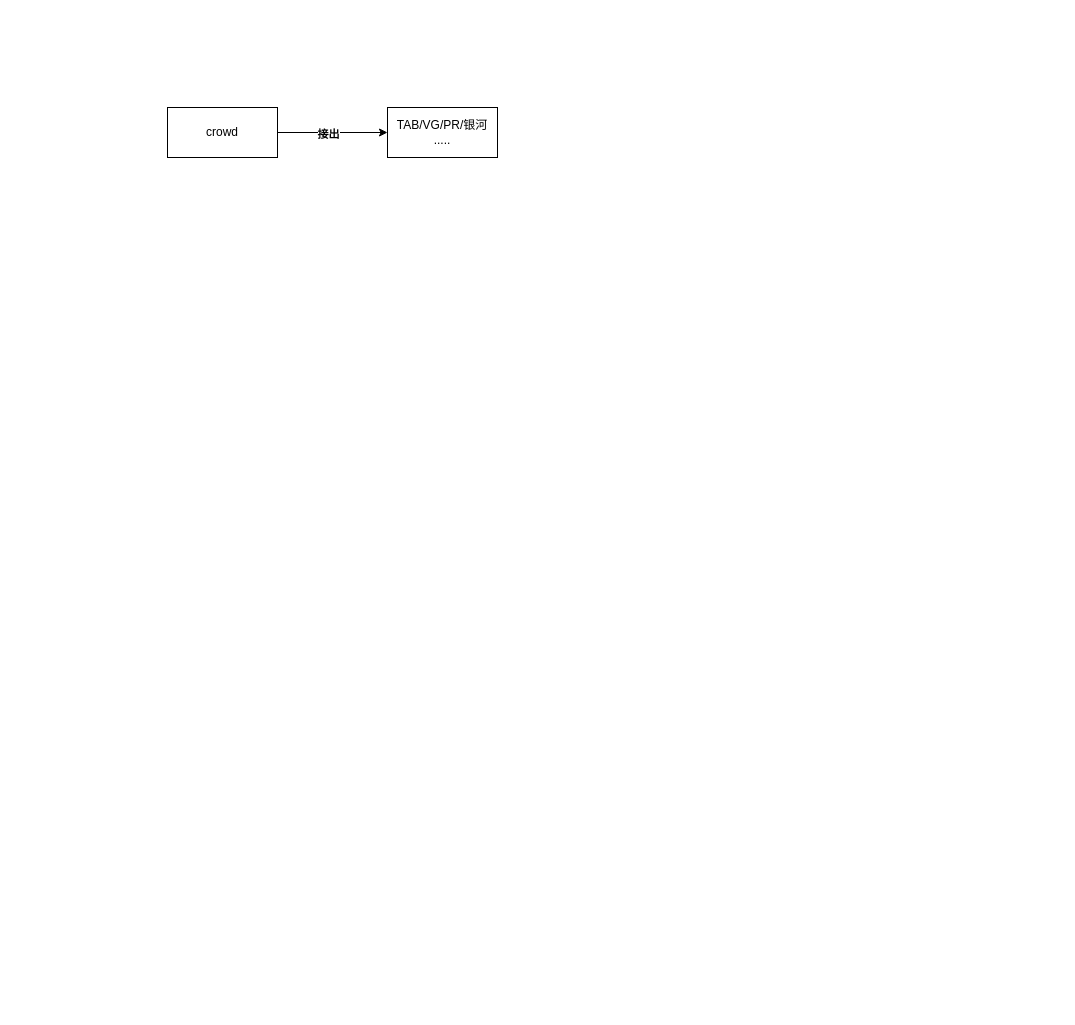
Before: crowd_redis_io.drawio in learn2Pro/draw_io_save, a draw.io diagram. Source tidied: cells renumbered, new cells numbered last; positions are measured from the earlier drawing's top-left corner, leaving out a move shared by most shapes. Both pictures are drawn from the tidied source at 100%, with x=0, y=0 at pixel (167, 107).
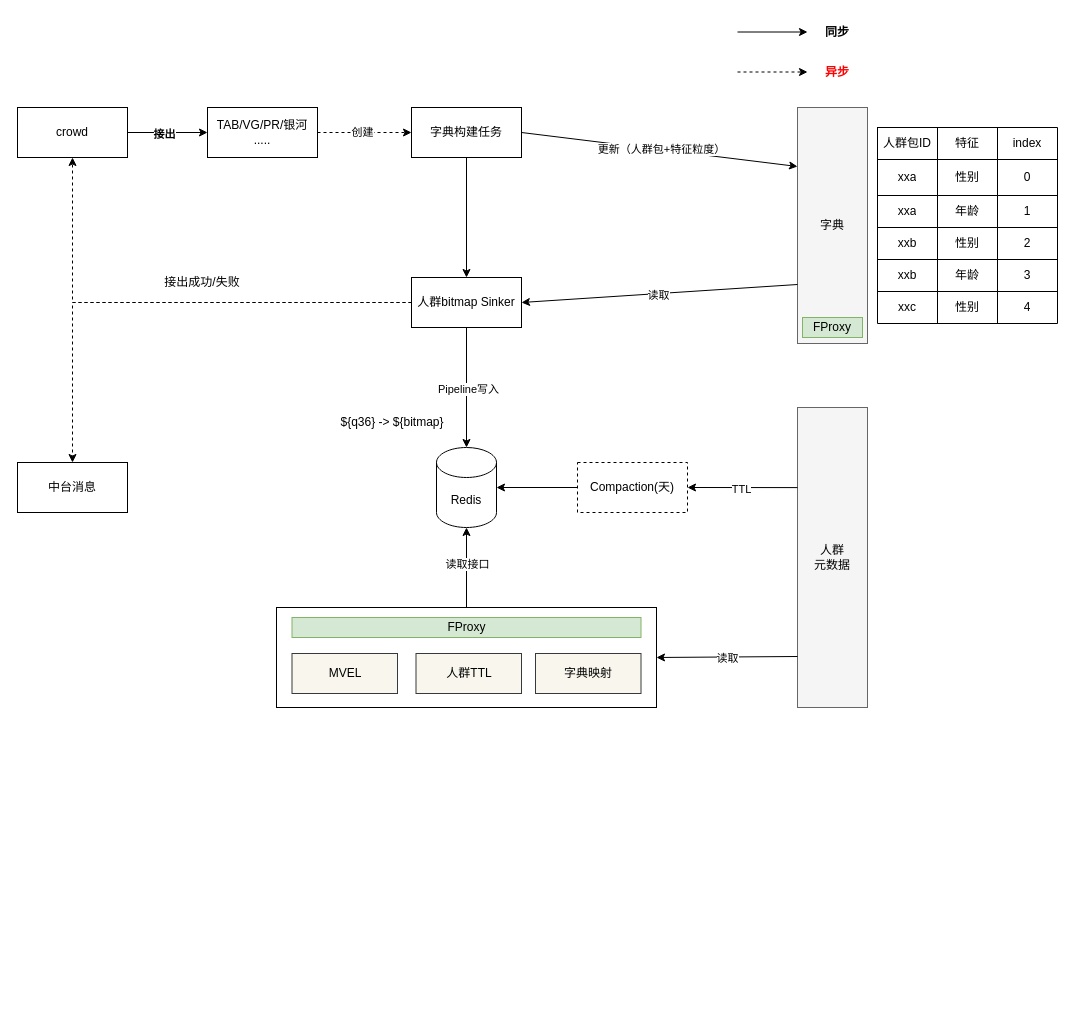
The same diagram, later.

What changed in the source:
```diff
@@
     <mxCell id="4" value="crowd" style="rounded=0;whiteSpace=wrap;html=1;" parent="1" vertex="1">
-      <mxGeometry width="110" height="50" as="geometry" />
+      <mxGeometry x="-150" width="110" height="50" as="geometry" />
     </mxCell>
+    <mxCell id="6" style="edgeStyle=orthogonalEdgeStyle;rounded=0;jettySize=auto;html=1;fontColor=#000000;dashed=1;" parent="1" edge="1" source="5" target="10">
+      <mxGeometry relative="1" as="geometry" />
+    </mxCell>
+    <mxCell id="7" value="创建" style="edgeLabel;html=1;align=center;verticalAlign=middle;fontColor=#000000;" parent="6" vertex="1">
+      <mxGeometry x="-0.06" y="1" relative="1" as="geometry" />
+    </mxCell>
     <mxCell id="5" value="TAB/VG/PR/银河&lt;br&gt;....." style="rounded=0;whiteSpace=wrap;html=1;" parent="1" vertex="1">
-      <mxGeometry x="220" width="110" height="50" as="geometry" />
+      <mxGeometry x="40" width="110" height="50" as="geometry" />
     </mxCell>
+    <mxCell id="8" value="&lt;font style=&quot;&quot; color=&quot;#000000&quot;&gt;字典&lt;/font&gt;" style="rounded=0;whiteSpace=wrap;html=1;fontColor=#333333;fillColor=#f5f5f5;strokeColor=#666666;" parent="1" vertex="1">
+      <mxGeometry x="630" width="70" height="236" as="geometry" />
+    </mxCell>
+    <mxCell id="9" style="edgeStyle=orthogonalEdgeStyle;rounded=0;jettySize=auto;html=1;fontColor=#000000;" parent="1" edge="1" source="10" target="11">
+      <mxGeometry relative="1" as="geometry" />
+    </mxCell>
+    <mxCell id="10" value="字典构建任务" style="rounded=0;whiteSpace=wrap;html=1;" parent="1" vertex="1">
+      <mxGeometry x="244" width="110" height="50" as="geometry" />
+    </mxCell>
+    <mxCell id="11" value="人群bitmap Sinker" style="rounded=0;whiteSpace=wrap;html=1;" parent="1" vertex="1">
+      <mxGeometry x="244" y="170" width="110" height="50" as="geometry" />
+    </mxCell>
+    <mxCell id="12" style="endArrow=classic;html=1;rounded=0;fontColor=#000000;entryX=0;entryY=0.25;entryDx=0;entryDy=0;exitX=1;exitY=0.5;exitDx=0;exitDy=0;" parent="1" edge="1" source="10" target="8">
+      <mxGeometry relative="1" as="geometry" />
+    </mxCell>
+    <mxCell id="13" value="更新（人群包+特征粒度）" style="edgeLabel;html=1;align=center;verticalAlign=middle;fontColor=#000000;" parent="12" vertex="1">
+      <mxGeometry x="0.01" y="1" relative="1" as="geometry" />
+    </mxCell>
+    <mxCell id="14" style="endArrow=classic;html=1;rounded=0;fontColor=#000000;entryX=1;entryY=0.5;entryDx=0;entryDy=0;exitX=0;exitY=0.75;exitDx=0;exitDy=0;" parent="1" edge="1" source="8" target="11">
+      <mxGeometry relative="1" as="geometry" />
+    </mxCell>
+    <mxCell id="15" value="读取" style="edgeLabel;html=1;align=center;verticalAlign=middle;fontColor=#000000;" parent="14" vertex="1">
+      <mxGeometry x="0.01" y="1" relative="1" as="geometry" />
+    </mxCell>
+    <mxCell id="16" value="Redis" style="shape=cylinder3;whiteSpace=wrap;html=1;boundedLbl=1;backgroundOutline=1;size=15;fontColor=#000000;" parent="1" vertex="1">
+      <mxGeometry x="269" y="340" width="60" height="80" as="geometry" />
+    </mxCell>
+    <mxCell id="17" style="endArrow=classic;html=1;rounded=0;fontColor=#000000;entryX=0.5;entryY=0;entryDx=0;entryDy=0;exitX=0.5;exitY=1;exitDx=0;exitDy=0;entryPerimeter=0;" parent="1" edge="1" source="11" target="16">
+      <mxGeometry relative="1" as="geometry" />
+    </mxCell>
+    <mxCell id="18" value="Pipeline写入" style="edgeLabel;html=1;align=center;verticalAlign=middle;fontColor=#000000;" parent="17" vertex="1">
+      <mxGeometry x="0.01" y="1" relative="1" as="geometry" />
+    </mxCell>
+    <mxCell id="19" style="edgeStyle=orthogonalEdgeStyle;rounded=0;jettySize=auto;html=1;fontColor=#000000;dashed=1;exitX=0;exitY=0.5;exitDx=0;exitDy=0;entryX=0.5;entryY=1;entryDx=0;entryDy=0;" parent="1" edge="1" source="11" target="4">
+      <mxGeometry relative="1" as="geometry" />
+    </mxCell>
+    <mxCell id="20" value="中台消息" style="rounded=0;whiteSpace=wrap;html=1;" parent="1" vertex="1">
+      <mxGeometry x="-150" y="355" width="110" height="50" as="geometry" />
+    </mxCell>
+    <mxCell id="21" style="edgeStyle=orthogonalEdgeStyle;rounded=0;jettySize=auto;html=1;fontColor=#000000;dashed=1;exitX=0;exitY=0.5;exitDx=0;exitDy=0;entryX=0.5;entryY=0;entryDx=0;entryDy=0;" parent="1" edge="1" source="11" target="20">
+      <mxGeometry relative="1" as="geometry" />
+    </mxCell>
+    <mxCell id="22" style="group;" parent="1" vertex="1">
+      <mxGeometry x="570" y="-90" width="130" height="70" as="geometry" />
+    </mxCell>
+    <mxCell id="23" style="endArrow=classic;html=1;rounded=0;fontStyle=1;" parent="22" edge="1">
+      <mxGeometry relative="1" as="geometry">
+        <mxPoint y="14.5" as="sourcePoint" />
+        <mxPoint x="70" y="14.5" as="targetPoint" />
+      </mxGeometry>
+    </mxCell>
+    <mxCell id="24" style="endArrow=classic;html=1;rounded=0;dashed=1;fontStyle=1;" parent="22" edge="1">
+      <mxGeometry relative="1" as="geometry">
+        <mxPoint y="54.5" as="sourcePoint" />
+        <mxPoint x="70" y="54.5" as="targetPoint" />
+      </mxGeometry>
+    </mxCell>
+    <mxCell id="25" value="同步" style="text;html=1;strokeColor=none;fillColor=none;align=center;verticalAlign=middle;whiteSpace=wrap;rounded=0;fontStyle=1;" parent="22" vertex="1">
+      <mxGeometry x="70" width="60" height="30" as="geometry" />
+    </mxCell>
+    <mxCell id="26" value="异步" style="text;html=1;strokeColor=none;fillColor=none;align=center;verticalAlign=middle;whiteSpace=wrap;rounded=0;fontStyle=1;fontColor=#FF0000;" parent="22" vertex="1">
+      <mxGeometry x="70" y="40" width="60" height="30" as="geometry" />
+    </mxCell>
+    <mxCell id="27" value="接出成功/失败" style="text;html=1;strokeColor=none;fillColor=none;align=center;verticalAlign=middle;whiteSpace=wrap;rounded=0;fontColor=#000000;" parent="1" vertex="1">
+      <mxGeometry x="-10" y="160" width="90" height="30" as="geometry" />
+    </mxCell>
+    <mxCell id="28" value="&lt;font style=&quot;&quot; color=&quot;#000000&quot;&gt;人群&lt;br&gt;元数据&lt;/font&gt;" style="rounded=0;whiteSpace=wrap;html=1;fontColor=#333333;fillColor=#f5f5f5;strokeColor=#666666;" parent="1" vertex="1">
+      <mxGeometry x="630" y="300" width="70" height="300" as="geometry" />
+    </mxCell>
+    <mxCell id="29" style="edgeStyle=orthogonalEdgeStyle;rounded=0;jettySize=auto;html=1;fontColor=#000000;" parent="1" edge="1" source="31" target="16">
+      <mxGeometry relative="1" as="geometry" />
+    </mxCell>
+    <mxCell id="30" value="读取接口" style="edgeLabel;html=1;align=center;verticalAlign=middle;fontColor=#000000;" parent="29" vertex="1">
+      <mxGeometry x="0.1" relative="1" as="geometry" />
+    </mxCell>
+    <mxCell id="31" style="rounded=0;whiteSpace=wrap;html=1;fontColor=#000000;" parent="1" vertex="1">
+      <mxGeometry x="109" y="500" width="380" height="100" as="geometry" />
+    </mxCell>
+    <mxCell id="32" value="FProxy" style="rounded=0;whiteSpace=wrap;html=1;fillColor=#d5e8d4;strokeColor=#82b366;" parent="1" vertex="1">
+      <mxGeometry x="124.5" y="510" width="349" height="20" as="geometry" />
+    </mxCell>
+    <mxCell id="33" style="endArrow=classic;html=1;rounded=0;fontColor=#000000;entryX=1;entryY=0.5;entryDx=0;entryDy=0;exitX=0;exitY=0.83;exitDx=0;exitDy=0;exitPerimeter=0;" parent="1" edge="1" source="28" target="31">
+      <mxGeometry relative="1" as="geometry" />
+    </mxCell>
+    <mxCell id="34" value="读取" style="edgeLabel;html=1;align=center;verticalAlign=middle;fontColor=#000000;" parent="33" vertex="1">
+      <mxGeometry x="0.01" y="1" relative="1" as="geometry" />
+    </mxCell>
+    <mxCell id="35" style="edgeStyle=orthogonalEdgeStyle;rounded=0;jettySize=auto;html=1;fontColor=#000000;" parent="1" edge="1" source="36" target="16">
+      <mxGeometry relative="1" as="geometry" />
+    </mxCell>
+    <mxCell id="36" value="Compaction(天)" style="rounded=0;whiteSpace=wrap;html=1;dashed=1;" parent="1" vertex="1">
+      <mxGeometry x="410" y="355" width="110" height="50" as="geometry" />
+    </mxCell>
+    <mxCell id="37" style="endArrow=classic;html=1;rounded=0;fontColor=#000000;entryX=1;entryY=0.5;entryDx=0;entryDy=0;exitX=0;exitY=0.267;exitDx=0;exitDy=0;exitPerimeter=0;" parent="1" edge="1" source="28" target="36">
+      <mxGeometry relative="1" as="geometry" />
+    </mxCell>
+    <mxCell id="38" value="TTL" style="edgeLabel;html=1;align=center;verticalAlign=middle;fontColor=#000000;" parent="37" vertex="1">
+      <mxGeometry x="0.01" y="1" relative="1" as="geometry" />
+    </mxCell>
+    <mxCell id="39" value="${q36} -&amp;gt; ${bitmap}" style="text;html=1;strokeColor=none;fillColor=none;align=center;verticalAlign=middle;whiteSpace=wrap;rounded=0;dashed=1;fontColor=#000000;" parent="1" vertex="1">
+      <mxGeometry x="160" y="300" width="130" height="30" as="geometry" />
+    </mxCell>
+    <mxCell id="40" value="MVEL" style="rounded=0;whiteSpace=wrap;html=1;fillColor=#f9f7ed;strokeColor=#36393d;" parent="1" vertex="1">
+      <mxGeometry x="124.5" y="546" width="105.5" height="40" as="geometry" />
+    </mxCell>
+    <mxCell id="41" value="人群TTL" style="rounded=0;whiteSpace=wrap;html=1;fillColor=#f9f7ed;strokeColor=#36393d;" parent="1" vertex="1">
+      <mxGeometry x="248.5" y="546" width="105.5" height="40" as="geometry" />
+    </mxCell>
+    <mxCell id="42" value="字典映射" style="rounded=0;whiteSpace=wrap;html=1;fillColor=#f9f7ed;strokeColor=#36393d;" parent="1" vertex="1">
+      <mxGeometry x="368" y="546" width="105.5" height="40" as="geometry" />
+    </mxCell>
+    <mxCell id="43" value="FProxy" style="rounded=0;whiteSpace=wrap;html=1;fillColor=#d5e8d4;strokeColor=#82b366;" parent="1" vertex="1">
+      <mxGeometry x="635" y="210" width="60" height="20" as="geometry" />
+    </mxCell>
+    <mxCell id="44" style="shape=table;html=1;whiteSpace=wrap;startSize=0;childLayout=tableLayout;fontColor=#000000;" parent="1" vertex="1">
+      <mxGeometry x="710" y="20" width="180" height="196" as="geometry" />
+    </mxCell>
+    <mxCell id="45" style="shape=tableRow;horizontal=0;startSize=0;swimlaneHead=0;swimlaneBody=0;top=0;left=0;bottom=0;right=0;fillColor=none;fontColor=#000000;" parent="44" vertex="1">
+      <mxGeometry width="180" height="32" as="geometry" />
+    </mxCell>
+    <mxCell id="46" value="人群包ID" style="shape=partialRectangle;html=1;whiteSpace=wrap;fillColor=none;top=0;left=0;bottom=0;right=0;overflow=hidden;fontColor=#000000;" parent="45" vertex="1">
+      <mxGeometry width="60" height="32" as="geometry" />
+    </mxCell>
+    <mxCell id="47" value="特征" style="shape=partialRectangle;html=1;whiteSpace=wrap;fillColor=none;top=0;left=0;bottom=0;right=0;overflow=hidden;fontColor=#000000;" parent="45" vertex="1">
+      <mxGeometry x="60" width="60" height="32" as="geometry" />
+    </mxCell>
+    <mxCell id="48" value="index" style="shape=partialRectangle;html=1;whiteSpace=wrap;fillColor=none;top=0;left=0;bottom=0;right=0;overflow=hidden;fontColor=#000000;" parent="45" vertex="1">
+      <mxGeometry x="120" width="60" height="32" as="geometry" />
+    </mxCell>
+    <mxCell id="49" style="shape=tableRow;horizontal=0;startSize=0;swimlaneHead=0;swimlaneBody=0;top=0;left=0;bottom=0;right=0;fillColor=none;fontColor=#000000;" parent="44" vertex="1">
+      <mxGeometry y="32" width="180" height="36" as="geometry" />
+    </mxCell>
+    <mxCell id="50" value="xxa" style="shape=partialRectangle;html=1;whiteSpace=wrap;fillColor=none;top=0;left=0;bottom=0;right=0;overflow=hidden;fontColor=#000000;" parent="49" vertex="1">
+      <mxGeometry width="60" height="36" as="geometry" />
+    </mxCell>
+    <mxCell id="51" value="性别" style="shape=partialRectangle;html=1;whiteSpace=wrap;fillColor=none;top=0;left=0;bottom=0;right=0;overflow=hidden;fontColor=#000000;" parent="49" vertex="1">
+      <mxGeometry x="60" width="60" height="36" as="geometry" />
+    </mxCell>
+    <mxCell id="52" value="0" style="shape=partialRectangle;html=1;whiteSpace=wrap;fillColor=none;top=0;left=0;bottom=0;right=0;overflow=hidden;fontColor=#000000;" parent="49" vertex="1">
+      <mxGeometry x="120" width="60" height="36" as="geometry" />
+    </mxCell>
+    <mxCell id="53" style="shape=tableRow;horizontal=0;startSize=0;swimlaneHead=0;swimlaneBody=0;top=0;left=0;bottom=0;right=0;fillColor=none;fontColor=#000000;" parent="44" vertex="1">
+      <mxGeometry y="68" width="180" height="32" as="geometry" />
+    </mxCell>
+    <mxCell id="54" value="xxa" style="shape=partialRectangle;html=1;whiteSpace=wrap;fillColor=none;top=0;left=0;bottom=0;right=0;overflow=hidden;fontColor=#000000;" parent="53" vertex="1">
+      <mxGeometry width="60" height="32" as="geometry" />
+    </mxCell>
+    <mxCell id="55" value="年龄" style="shape=partialRectangle;html=1;whiteSpace=wrap;fillColor=none;top=0;left=0;bottom=0;right=0;overflow=hidden;fontColor=#000000;" parent="53" vertex="1">
+      <mxGeometry x="60" width="60" height="32" as="geometry" />
+    </mxCell>
+    <mxCell id="56" value="1" style="shape=partialRectangle;html=1;whiteSpace=wrap;fillColor=none;top=0;left=0;bottom=0;right=0;overflow=hidden;fontColor=#000000;" parent="53" vertex="1">
+      <mxGeometry x="120" width="60" height="32" as="geometry" />
+    </mxCell>
+    <mxCell id="57" style="shape=tableRow;horizontal=0;startSize=0;swimlaneHead=0;swimlaneBody=0;top=0;left=0;bottom=0;right=0;fillColor=none;fontColor=#000000;" parent="44" vertex="1">
+      <mxGeometry y="100" width="180" height="32" as="geometry" />
+    </mxCell>
+    <mxCell id="58" value="xxb" style="shape=partialRectangle;html=1;whiteSpace=wrap;fillColor=none;top=0;left=0;bottom=0;right=0;overflow=hidden;fontColor=#000000;" parent="57" vertex="1">
+      <mxGeometry width="60" height="32" as="geometry" />
+    </mxCell>
+    <mxCell id="59" value="性别" style="shape=partialRectangle;html=1;whiteSpace=wrap;fillColor=none;top=0;left=0;bottom=0;right=0;overflow=hidden;fontColor=#000000;" parent="57" vertex="1">
+      <mxGeometry x="60" width="60" height="32" as="geometry" />
+    </mxCell>
+    <mxCell id="60" value="2" style="shape=partialRectangle;html=1;whiteSpace=wrap;fillColor=none;top=0;left=0;bottom=0;right=0;overflow=hidden;fontColor=#000000;" parent="57" vertex="1">
+      <mxGeometry x="120" width="60" height="32" as="geometry" />
+    </mxCell>
+    <mxCell id="61" style="shape=tableRow;horizontal=0;startSize=0;swimlaneHead=0;swimlaneBody=0;top=0;left=0;bottom=0;right=0;fillColor=none;fontColor=#000000;" parent="44" vertex="1">
+      <mxGeometry y="132" width="180" height="32" as="geometry" />
+    </mxCell>
+    <mxCell id="62" value="xxb" style="shape=partialRectangle;html=1;whiteSpace=wrap;fillColor=none;top=0;left=0;bottom=0;right=0;overflow=hidden;fontColor=#000000;" parent="61" vertex="1">
+      <mxGeometry width="60" height="32" as="geometry" />
+    </mxCell>
+    <mxCell id="63" value="年龄" style="shape=partialRectangle;html=1;whiteSpace=wrap;fillColor=none;top=0;left=0;bottom=0;right=0;overflow=hidden;fontColor=#000000;" parent="61" vertex="1">
+      <mxGeometry x="60" width="60" height="32" as="geometry" />
+    </mxCell>
+    <mxCell id="64" value="3" style="shape=partialRectangle;html=1;whiteSpace=wrap;fillColor=none;top=0;left=0;bottom=0;right=0;overflow=hidden;fontColor=#000000;" parent="61" vertex="1">
+      <mxGeometry x="120" width="60" height="32" as="geometry" />
+    </mxCell>
+    <mxCell id="65" style="shape=tableRow;horizontal=0;startSize=0;swimlaneHead=0;swimlaneBody=0;top=0;left=0;bottom=0;right=0;fillColor=none;fontColor=#000000;" parent="44" vertex="1">
+      <mxGeometry y="164" width="180" height="32" as="geometry" />
+    </mxCell>
+    <mxCell id="66" value="xxc" style="shape=partialRectangle;html=1;whiteSpace=wrap;fillColor=none;top=0;left=0;bottom=0;right=0;overflow=hidden;fontColor=#000000;" parent="65" vertex="1">
+      <mxGeometry width="60" height="32" as="geometry" />
+    </mxCell>
+    <mxCell id="67" value="性别" style="shape=partialRectangle;html=1;whiteSpace=wrap;fillColor=none;top=0;left=0;bottom=0;right=0;overflow=hidden;fontColor=#000000;" parent="65" vertex="1">
+      <mxGeometry x="60" width="60" height="32" as="geometry" />
+    </mxCell>
+    <mxCell id="68" value="4" style="shape=partialRectangle;html=1;whiteSpace=wrap;fillColor=none;top=0;left=0;bottom=0;right=0;overflow=hidden;fontColor=#000000;" parent="65" vertex="1">
+      <mxGeometry x="120" width="60" height="32" as="geometry" />
+    </mxCell>
+    <mxCell id="69" style="shape=tableRow;horizontal=0;startSize=0;swimlaneHead=0;swimlaneBody=0;top=0;left=0;bottom=0;right=0;fillColor=none;fontColor=#000000;" parent="1" vertex="1">
+      <mxGeometry x="-140" y="860" width="180" height="40" as="geometry" />
+    </mxCell>
+    <mxCell id="70" style="shape=partialRectangle;html=1;whiteSpace=wrap;fillColor=none;top=0;left=0;bottom=0;right=0;overflow=hidden;fontColor=#000000;" parent="69" vertex="1">
+      <mxGeometry width="60" height="40" as="geometry" />
+    </mxCell>
+    <mxCell id="71" style="shape=partialRectangle;html=1;whiteSpace=wrap;fillColor=none;top=0;left=0;bottom=0;right=0;overflow=hidden;fontColor=#000000;" parent="69" vertex="1">
+      <mxGeometry x="60" width="60" height="40" as="geometry" />
+    </mxCell>
+    <mxCell id="72" style="shape=partialRectangle;html=1;whiteSpace=wrap;fillColor=none;top=0;left=0;bottom=0;right=0;overflow=hidden;fontColor=#000000;" parent="69" vertex="1">
+      <mxGeometry x="120" width="60" height="40" as="geometry" />
+    </mxCell>
+    <mxCell id="73" style="shape=tableRow;horizontal=0;startSize=0;swimlaneHead=0;swimlaneBody=0;top=0;left=0;bottom=0;right=0;fillColor=none;fontColor=#000000;" parent="1" vertex="1">
+      <mxGeometry x="-130" y="610" width="180" height="40" as="geometry" />
+    </mxCell>
+    <mxCell id="74" style="shape=tableRow;horizontal=0;startSize=0;swimlaneHead=0;swimlaneBody=0;top=0;left=0;bottom=0;right=0;fillColor=none;fontColor=#000000;" parent="1" vertex="1">
+      <mxGeometry x="710" y="130" width="180" height="32" as="geometry" />
+    </mxCell>
```
